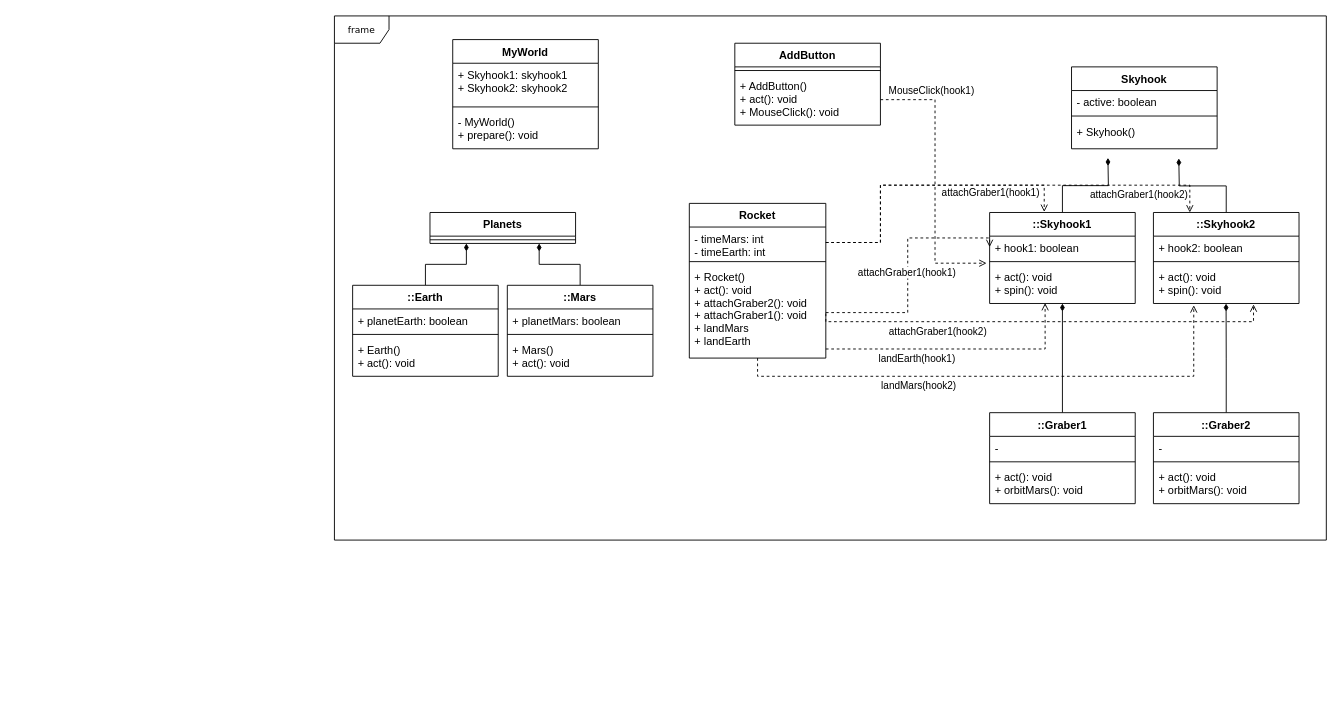
Before: Modelle/Klassendiagramm.drawio in daenzg/skyhook_sim, a draw.io diagram. Source tidied: cells renumbered, new cells numbered last; positions are measured from the earlier drawing's top-left corner, leaving out a move shared by most shapes. Both pictures are drawn from the tidied source at 91%, with x=0, y=0 at pixel (334, 15).
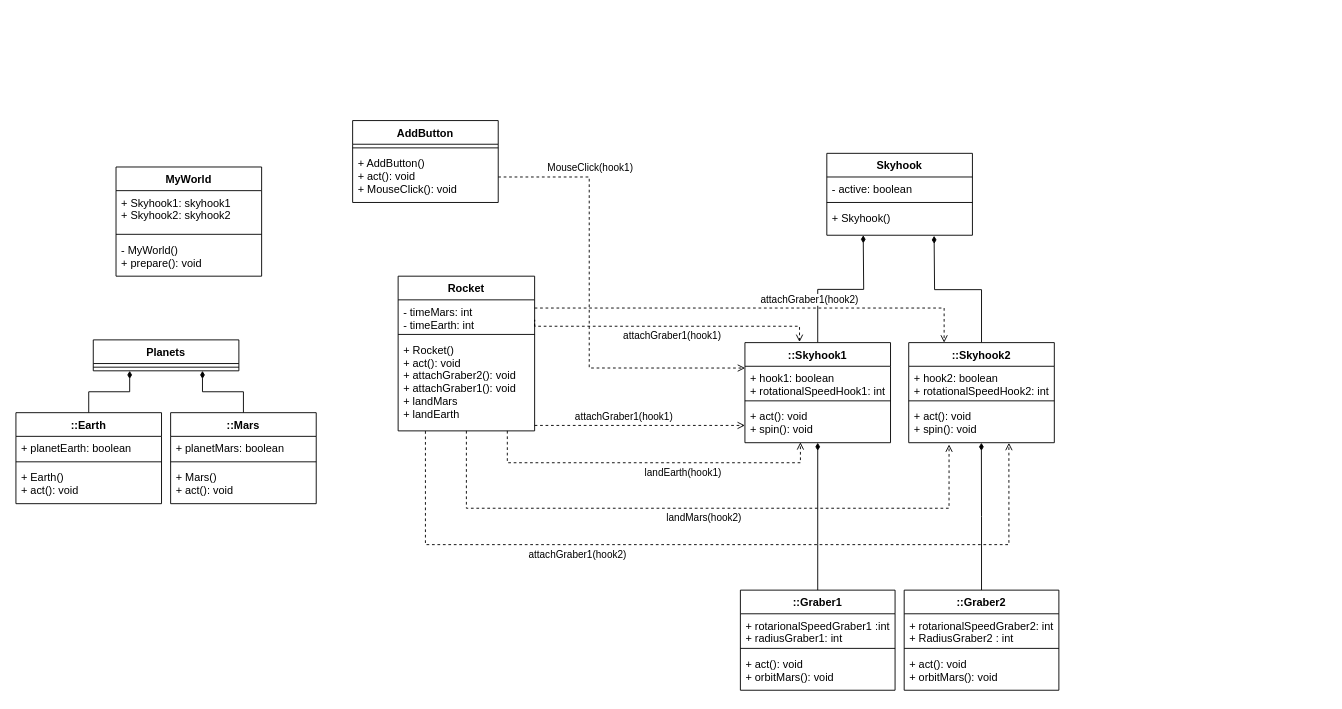
The same page after the edit.

Unchanged cells that the change refers to:
```xml
<mxCell id="9" value="+ AddButton()&#10;+ act(): void&#10;+ MouseClick(): void" style="text;strokeColor=none;fillColor=none;align=left;verticalAlign=top;spacingLeft=4;spacingRight=4;overflow=hidden;points=[[0,0.5],[1,0.5]];portConstraint=eastwest;" parent="7" vertex="1">
  <mxGeometry y="34" width="160" height="56" as="geometry" />
</mxCell>
<mxCell id="47" value="- timeMars: int&#10;- timeEarth: int" style="text;strokeColor=none;fillColor=none;align=left;verticalAlign=top;spacingLeft=4;spacingRight=4;overflow=hidden;points=[[0,0.5],[1,0.5]];portConstraint=eastwest;" parent="46" vertex="1">
  <mxGeometry y="26" width="150" height="34" as="geometry" />
</mxCell>
<mxCell id="49" value="+ Rocket()&#10;+ act(): void&#10;+ attachGraber2(): void&#10;+ attachGraber1(): void&#10;+ landMars&#10;+ landEarth" style="text;strokeColor=none;fillColor=none;align=left;verticalAlign=top;spacingLeft=4;spacingRight=4;overflow=hidden;points=[[0,0.5],[1,0.5]];portConstraint=eastwest;" parent="46" vertex="1">
  <mxGeometry y="68" width="150" height="102" as="geometry" />
</mxCell>
```

Change to the diagram source:
```diff
@@
-    <mxCell id="2" value="frame" style="shape=umlFrame;whiteSpace=wrap;html=1;rounded=0;shadow=0;comic=0;labelBackgroundColor=none;strokeWidth=1;fontFamily=Verdana;fontSize=10;align=center;" parent="1" vertex="1">
-      <mxGeometry width="1090" height="576" as="geometry" />
-    </mxCell>
     <mxCell id="3" value="MyWorld" style="swimlane;fontStyle=1;align=center;verticalAlign=top;horizontal=1;startSize=26;" parent="1" vertex="1">
-      <mxGeometry x="130" y="26" width="160" height="120" as="geometry" />
+      <mxGeometry x="-240" y="166" width="160" height="120" as="geometry" />
     </mxCell>
@@
     <mxCell id="7" value="AddButton" style="swimlane;fontStyle=1;align=center;verticalAlign=top;horizontal=1;startSize=26;" parent="1" vertex="1">
-      <mxGeometry x="440" y="30" width="160" height="90" as="geometry" />
+      <mxGeometry x="20" y="115" width="160" height="90" as="geometry" />
     </mxCell>
@@
     <mxCell id="10" value="Planets" style="swimlane;fontStyle=1;align=center;verticalAlign=top;horizontal=1;startSize=26;" parent="1" vertex="1">
-      <mxGeometry x="105" y="216" width="160" height="34" as="geometry" />
+      <mxGeometry x="-265" y="356" width="160" height="34" as="geometry" />
     </mxCell>
@@
     <mxCell id="13" value="::Earth" style="swimlane;fontStyle=1;align=center;verticalAlign=top;horizontal=1;startSize=26;" parent="1" vertex="1">
-      <mxGeometry x="20" y="296" width="160" height="100" as="geometry" />
+      <mxGeometry x="-350" y="436" width="160" height="100" as="geometry" />
     </mxCell>
@@
     <mxCell id="18" value="::Mars" style="swimlane;fontStyle=1;align=center;verticalAlign=top;horizontal=1;startSize=26;" parent="1" vertex="1">
-      <mxGeometry x="190" y="296" width="160" height="100" as="geometry" />
+      <mxGeometry x="-180" y="436" width="160" height="100" as="geometry" />
     </mxCell>
@@
     <mxCell id="22" value="Skyhook" style="swimlane;fontStyle=1;align=center;verticalAlign=top;horizontal=1;startSize=26;" parent="1" vertex="1">
-      <mxGeometry x="810" y="56" width="160" height="90" as="geometry" />
+      <mxGeometry x="541.1" y="151" width="160" height="90" as="geometry" />
     </mxCell>
@@
     <mxCell id="26" style="edgeStyle=orthogonalEdgeStyle;rounded=0;jettySize=auto;html=1;entryX=0.25;entryY=1;entryDx=0;entryDy=0;endArrow=diamondThin;endFill=1;" parent="1" edge="1" source="27">
       <mxGeometry relative="1" as="geometry">
-        <mxPoint x="850" y="156" as="targetPoint" />
+        <mxPoint x="581.1" y="241" as="targetPoint" />
       </mxGeometry>
     </mxCell>
     <mxCell id="27" value="::Skyhook1" style="swimlane;fontStyle=1;align=center;verticalAlign=top;horizontal=1;startSize=26;" parent="1" vertex="1">
-      <mxGeometry x="720" y="216" width="160" height="100" as="geometry" />
+      <mxGeometry x="451.1" y="359" width="160" height="110" as="geometry" />
     </mxCell>
-    <mxCell id="28" value="+ hook1: boolean&#10;" style="text;strokeColor=none;fillColor=none;align=left;verticalAlign=top;spacingLeft=4;spacingRight=4;overflow=hidden;points=[[0,0.5],[1,0.5]];portConstraint=eastwest;" parent="27" vertex="1">
-      <mxGeometry y="26" width="160" height="24" as="geometry" />
+    <mxCell id="28" value="+ hook1: boolean&#10;+ rotationalSpeedHook1: int" style="text;strokeColor=none;fillColor=none;align=left;verticalAlign=top;spacingLeft=4;spacingRight=4;overflow=hidden;points=[[0,0.5],[1,0.5]];portConstraint=eastwest;" parent="27" vertex="1">
+      <mxGeometry y="26" width="160" height="34" as="geometry" />
     </mxCell>
     <mxCell id="29" style="line;strokeWidth=1;fillColor=none;align=left;verticalAlign=middle;spacingTop=-1;spacingLeft=3;spacingRight=3;labelPosition=right;strokeColor=inherit;" parent="27" vertex="1">
-      <mxGeometry y="50" width="160" height="8" as="geometry" />
+      <mxGeometry y="60" width="160" height="8" as="geometry" />
     </mxCell>
     <mxCell id="30" value="+ act(): void&#10;+ spin(): void" style="text;strokeColor=none;fillColor=none;align=left;verticalAlign=top;spacingLeft=4;spacingRight=4;overflow=hidden;points=[[0,0.5],[1,0.5]];portConstraint=eastwest;" parent="27" vertex="1">
-      <mxGeometry y="58" width="160" height="42" as="geometry" />
+      <mxGeometry y="68" width="160" height="42" as="geometry" />
     </mxCell>
     <mxCell id="31" style="edgeStyle=orthogonalEdgeStyle;rounded=0;jettySize=auto;html=1;entryX=0.737;entryY=1.018;entryDx=0;entryDy=0;entryPerimeter=0;endArrow=diamondThin;endFill=1;" parent="1" edge="1" source="32">
       <mxGeometry relative="1" as="geometry">
-        <mxPoint x="927.9" y="156.6" as="targetPoint" />
+        <mxPoint x="659" y="241.6" as="targetPoint" />
       </mxGeometry>
     </mxCell>
     <mxCell id="32" value="::Skyhook2" style="swimlane;fontStyle=1;align=center;verticalAlign=top;horizontal=1;startSize=26;" parent="1" vertex="1">
-      <mxGeometry x="900" y="216" width="160" height="100" as="geometry" />
+      <mxGeometry x="631.1" y="359" width="160" height="110" as="geometry" />
     </mxCell>
-    <mxCell id="33" value="+ hook2: boolean&#10;" style="text;strokeColor=none;fillColor=none;align=left;verticalAlign=top;spacingLeft=4;spacingRight=4;overflow=hidden;" parent="32" vertex="1">
-      <mxGeometry y="26" width="160" height="24" as="geometry" />
+    <mxCell id="33" value="+ hook2: boolean&#10;+ rotationalSpeedHook2: int" style="text;strokeColor=none;fillColor=none;align=left;verticalAlign=top;spacingLeft=4;spacingRight=4;overflow=hidden;" parent="32" vertex="1">
+      <mxGeometry y="26" width="160" height="34" as="geometry" />
     </mxCell>
     <mxCell id="34" style="line;strokeWidth=1;fillColor=none;align=left;verticalAlign=middle;spacingTop=-1;spacingLeft=3;spacingRight=3;labelPosition=right;strokeColor=inherit;" parent="32" vertex="1">
-      <mxGeometry y="50" width="160" height="8" as="geometry" />
+      <mxGeometry y="60" width="160" height="8" as="geometry" />
     </mxCell>
     <mxCell id="35" value="+ act(): void&#10;+ spin(): void" style="text;strokeColor=none;fillColor=none;align=left;verticalAlign=top;spacingLeft=4;spacingRight=4;overflow=hidden;points=[[0,0.5],[1,0.5]];portConstraint=eastwest;" parent="32" vertex="1">
-      <mxGeometry y="58" width="160" height="42" as="geometry" />
+      <mxGeometry y="68" width="160" height="42" as="geometry" />
     </mxCell>
@@
     <mxCell id="37" value="::Graber1" style="swimlane;fontStyle=1;align=center;verticalAlign=top;horizontal=1;startSize=26;" parent="1" vertex="1">
-      <mxGeometry x="720" y="436" width="160" height="100" as="geometry" />
+      <mxGeometry x="446.1" y="631" width="170" height="110" as="geometry" />
     </mxCell>
-    <mxCell id="38" value="-" style="text;strokeColor=none;fillColor=none;align=left;verticalAlign=top;spacingLeft=4;spacingRight=4;overflow=hidden;" parent="37" vertex="1">
-      <mxGeometry y="26" width="160" height="24" as="geometry" />
+    <mxCell id="38" value="+ rotarionalSpeedGraber1 :int&#10;+ radiusGraber1: int" style="text;strokeColor=none;fillColor=none;align=left;verticalAlign=top;spacingLeft=4;spacingRight=4;overflow=hidden;" parent="37" vertex="1">
+      <mxGeometry y="26" width="170" height="34" as="geometry" />
     </mxCell>
     <mxCell id="39" style="line;strokeWidth=1;fillColor=none;align=left;verticalAlign=middle;spacingTop=-1;spacingLeft=3;spacingRight=3;labelPosition=right;strokeColor=inherit;" parent="37" vertex="1">
-      <mxGeometry y="50" width="160" height="8" as="geometry" />
+      <mxGeometry y="60" width="170" height="8" as="geometry" />
     </mxCell>
     <mxCell id="40" value="+ act(): void&#10;+ orbitMars(): void" style="text;strokeColor=none;fillColor=none;align=left;verticalAlign=top;spacingLeft=4;spacingRight=4;overflow=hidden;" parent="37" vertex="1">
-      <mxGeometry y="58" width="160" height="42" as="geometry" />
+      <mxGeometry y="68" width="170" height="42" as="geometry" />
     </mxCell>
@@
     <mxCell id="42" value="::Graber2" style="swimlane;fontStyle=1;align=center;verticalAlign=top;horizontal=1;startSize=26;" parent="1" vertex="1">
-      <mxGeometry x="900" y="436" width="160" height="100" as="geometry" />
+      <mxGeometry x="626.1" y="631" width="170" height="110" as="geometry" />
     </mxCell>
-    <mxCell id="43" value="-" style="text;strokeColor=none;fillColor=none;align=left;verticalAlign=top;spacingLeft=4;spacingRight=4;overflow=hidden;" parent="42" vertex="1">
-      <mxGeometry y="26" width="160" height="24" as="geometry" />
+    <mxCell id="43" value="+ rotarionalSpeedGraber2: int&#10;+ RadiusGraber2 : int" style="text;strokeColor=none;fillColor=none;align=left;verticalAlign=top;spacingLeft=4;spacingRight=4;overflow=hidden;" parent="42" vertex="1">
+      <mxGeometry y="26" width="170" height="34" as="geometry" />
     </mxCell>
     <mxCell id="44" style="line;strokeWidth=1;fillColor=none;align=left;verticalAlign=middle;spacingTop=-1;spacingLeft=3;spacingRight=3;labelPosition=right;strokeColor=inherit;" parent="42" vertex="1">
-      <mxGeometry y="50" width="160" height="8" as="geometry" />
+      <mxGeometry y="60" width="170" height="8" as="geometry" />
     </mxCell>
     <mxCell id="45" value="+ act(): void&#10;+ orbitMars(): void" style="text;strokeColor=none;fillColor=none;align=left;verticalAlign=top;spacingLeft=4;spacingRight=4;overflow=hidden;" parent="42" vertex="1">
-      <mxGeometry y="58" width="160" height="42" as="geometry" />
+      <mxGeometry y="68" width="170" height="42" as="geometry" />
     </mxCell>
     <mxCell id="46" value="Rocket" style="swimlane;fontStyle=1;align=center;verticalAlign=top;horizontal=1;startSize=26;" parent="1" vertex="1">
-      <mxGeometry x="390" y="206" width="150" height="170" as="geometry" />
+      <mxGeometry x="70" y="286" width="150" height="170" as="geometry" />
     </mxCell>
@@
-    <mxCell id="50" style="edgeStyle=orthogonalEdgeStyle;rounded=0;jettySize=auto;html=1;entryX=0;entryY=0.5;entryDx=0;entryDy=0;endArrow=open;endFill=0;dashed=1;" parent="1" edge="1" source="49" target="28">
+    <mxCell id="50" style="edgeStyle=orthogonalEdgeStyle;rounded=0;jettySize=auto;html=1;endArrow=open;endFill=0;dashed=1;" parent="1" edge="1" target="30">
       <mxGeometry relative="1" as="geometry">
+        <mxPoint x="220" y="450" as="sourcePoint" />
         <Array as="points">
-          <mxPoint x="630" y="326" />
-          <mxPoint x="630" y="244" />
+          <mxPoint x="390" y="450" />
+          <mxPoint x="390" y="450" />
         </Array>
       </mxGeometry>
     </mxCell>
     <mxCell id="51" value="attachGraber1(hook1)" style="edgeLabel;html=1;align=center;verticalAlign=middle;" parent="50" vertex="1">
       <mxGeometry x="-0.16" y="2" relative="1" as="geometry">
-        <mxPoint y="-21" as="offset" />
+        <mxPoint y="-8" as="offset" />
       </mxGeometry>
     </mxCell>
-    <mxCell id="52" style="edgeStyle=orthogonalEdgeStyle;rounded=0;jettySize=auto;html=1;entryX=0.25;entryY=0;entryDx=0;entryDy=0;dashed=1;endArrow=open;endFill=0;jumpStyle=none;" parent="1" edge="1" source="47" target="32">
+    <mxCell id="52" style="edgeStyle=orthogonalEdgeStyle;rounded=0;jettySize=auto;html=1;dashed=1;endArrow=open;endFill=0;jumpStyle=none;" parent="1" edge="1" source="47" target="32">
       <mxGeometry relative="1" as="geometry">
         <Array as="points">
-          <mxPoint x="600" y="249" />
-          <mxPoint x="600" y="186" />
-          <mxPoint x="940" y="186" />
+          <mxPoint x="670" y="321" />
         </Array>
       </mxGeometry>
     </mxCell>
     <mxCell id="53" value="attachGraber1(hook2)" style="edgeLabel;html=1;align=center;verticalAlign=middle;" parent="52" vertex="1">
       <mxGeometry x="-0.39" y="2" relative="1" as="geometry">
-        <mxPoint x="256" y="12" as="offset" />
+        <mxPoint x="152" y="-8" as="offset" />
       </mxGeometry>
     </mxCell>
     <mxCell id="54" style="edgeStyle=orthogonalEdgeStyle;rounded=0;jettySize=auto;html=1;dashed=1;endArrow=open;endFill=0;jumpStyle=none;entryX=0.375;entryY=-0.006;entryDx=0;entryDy=0;entryPerimeter=0;" parent="1" edge="1" target="27">
       <mxGeometry relative="1" as="geometry">
-        <mxPoint x="540" y="249" as="sourcePoint" />
+        <mxPoint x="220" y="341" as="sourcePoint" />
         <Array as="points">
-          <mxPoint x="600" y="249" />
-          <mxPoint x="600" y="186" />
-          <mxPoint x="780" y="186" />
+          <mxPoint x="220" y="334" />
+          <mxPoint x="220" y="341" />
+          <mxPoint x="511" y="341" />
         </Array>
       </mxGeometry>
     </mxCell>
     <mxCell id="55" value="attachGraber1(hook1)" style="edgeLabel;html=1;align=center;verticalAlign=middle;" parent="54" vertex="1">
       <mxGeometry x="-0.39" y="2" relative="1" as="geometry">
-        <mxPoint x="122" y="-15" as="offset" />
+        <mxPoint x="66" y="11" as="offset" />
       </mxGeometry>
     </mxCell>
-    <mxCell id="56" style="edgeStyle=orthogonalEdgeStyle;rounded=0;orthogonalLoop=1;jettySize=auto;html=1;endArrow=open;endFill=0;dashed=1;" parent="1" edge="1">
+    <mxCell id="56" style="edgeStyle=orthogonalEdgeStyle;rounded=0;jettySize=auto;html=1;endArrow=open;endFill=0;dashed=1;entryX=0.688;entryY=1.004;entryDx=0;entryDy=0;entryPerimeter=0;exitX=0.2;exitY=1.002;exitDx=0;exitDy=0;exitPerimeter=0;" parent="1" edge="1" source="49" target="35">
       <mxGeometry relative="1" as="geometry">
-        <mxPoint x="540" y="327" as="sourcePoint" />
-        <mxPoint x="1010" y="317" as="targetPoint" />
         <Array as="points">
-          <mxPoint x="540" y="336" />
-          <mxPoint x="1010" y="336" />
-          <mxPoint x="1010" y="317" />
+          <mxPoint x="100" y="581" />
+          <mxPoint x="741" y="581" />
         </Array>
       </mxGeometry>
     </mxCell>
@@
     <mxCell id="58" style="edgeStyle=orthogonalEdgeStyle;rounded=0;jumpStyle=none;jettySize=auto;html=1;entryX=0.381;entryY=0.988;entryDx=0;entryDy=0;entryPerimeter=0;dashed=1;endArrow=open;endFill=0;" parent="1" edge="1" source="49" target="30">
       <mxGeometry relative="1" as="geometry">
         <Array as="points">
-          <mxPoint x="781" y="366" />
+          <mxPoint x="190" y="491" />
+          <mxPoint x="512" y="491" />
         </Array>
       </mxGeometry>
     </mxCell>
     <mxCell id="59" value="landEarth(hook1)" style="edgeLabel;html=1;align=center;verticalAlign=middle;" parent="58" vertex="1">
       <mxGeometry x="-0.32" relative="1" as="geometry">
-        <mxPoint y="10" as="offset" />
+        <mxPoint x="98" y="10" as="offset" />
       </mxGeometry>
     </mxCell>
     <mxCell id="60" style="edgeStyle=orthogonalEdgeStyle;rounded=0;jumpStyle=none;jettySize=auto;html=1;entryX=0.277;entryY=1.046;entryDx=0;entryDy=0;entryPerimeter=0;dashed=1;endArrow=open;endFill=0;" parent="1" edge="1" source="49" target="35">
       <mxGeometry relative="1" as="geometry">
         <Array as="points">
-          <mxPoint x="465" y="396" />
-          <mxPoint x="944" y="396" />
+          <mxPoint x="145" y="541" />
+          <mxPoint x="675" y="541" />
         </Array>
       </mxGeometry>
     </mxCell>
     <mxCell id="61" value="landMars(hook2)" style="edgeLabel;html=1;align=center;verticalAlign=middle;" parent="60" vertex="1">
       <mxGeometry x="-0.55" y="-1" relative="1" as="geometry">
-        <mxPoint x="66" y="9" as="offset" />
+        <mxPoint x="191" y="9" as="offset" />
       </mxGeometry>
     </mxCell>
-    <mxCell id="62" style="edgeStyle=orthogonalEdgeStyle;rounded=0;jumpStyle=none;jettySize=auto;html=1;entryX=-0.021;entryY=-0.054;entryDx=0;entryDy=0;entryPerimeter=0;dashed=1;endArrow=open;endFill=0;" parent="1" edge="1" source="9" target="30">
-      <mxGeometry relative="1" as="geometry" />
+    <mxCell id="62" style="edgeStyle=orthogonalEdgeStyle;rounded=0;jumpStyle=none;jettySize=auto;html=1;dashed=1;endArrow=open;endFill=0;entryX=0.001;entryY=0.057;entryDx=0;entryDy=0;entryPerimeter=0;" parent="1" edge="1" source="9" target="28">
+      <mxGeometry relative="1" as="geometry">
+        <Array as="points">
+          <mxPoint x="280" y="177" />
+          <mxPoint x="280" y="387" />
+        </Array>
+      </mxGeometry>
     </mxCell>
     <mxCell id="63" value="MouseClick(hook1)" style="edgeLabel;html=1;align=center;verticalAlign=middle;" parent="62" vertex="1">
       <mxGeometry x="-0.42" y="1" relative="1" as="geometry">
-        <mxPoint x="-6" y="-37" as="offset" />
+        <mxPoint x="-1" y="-51" as="offset" />
       </mxGeometry>
     </mxCell>
```
